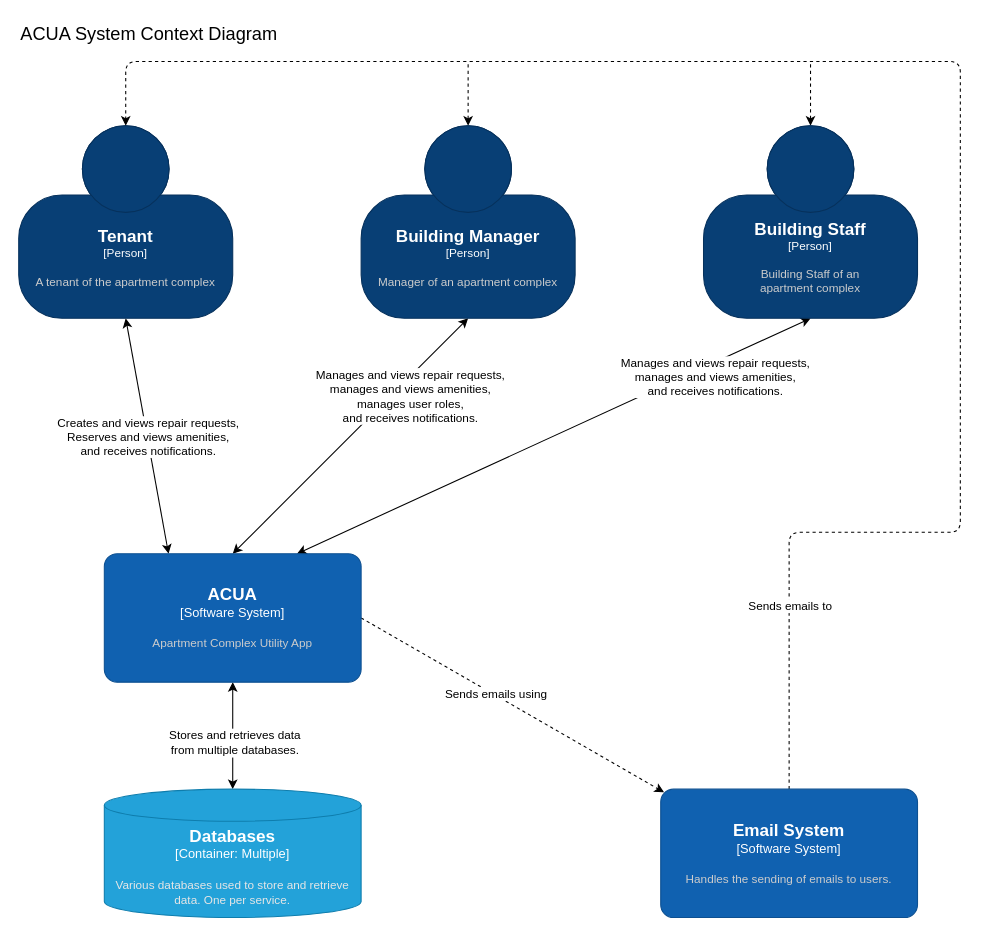
Before: docs/media/c4/c1-context.drawio in MPFGlaser/ApartmentComplexUtilityApp, a draw.io diagram. Source tidied: cells renumbered, new cells numbered last; positions are measured from the earlier drawing's top-left corner, leaving out a move shared by most shapes. Both pictures are drawn from the tidied source at 107%, with x=0, y=0 at pixel (18, 18).
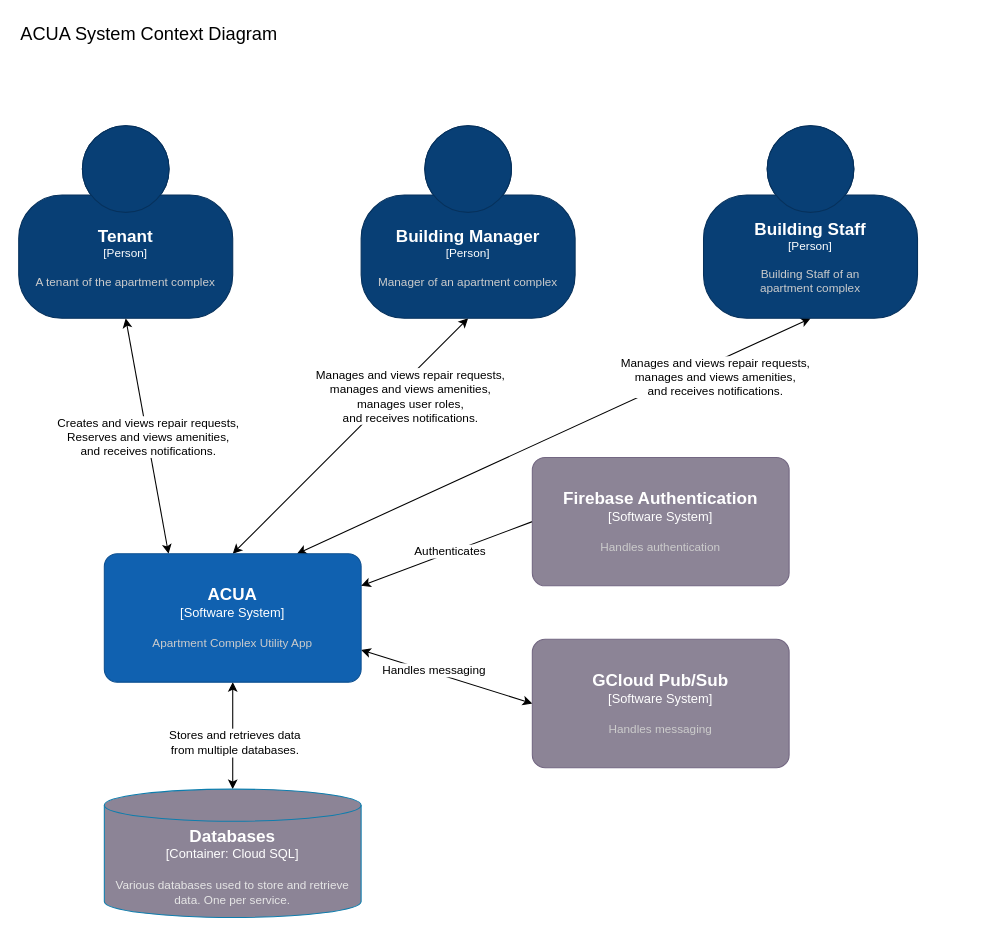
The same diagram, later.

Unchanged cells that the change refers to:
```xml
<object id="4" label="&lt;font style=&quot;font-size: 16px&quot;&gt;&lt;b&gt;%c4Name%&lt;/b&gt;&lt;/font&gt;&lt;div&gt;[%c4Type%]&lt;/div&gt;&lt;br&gt;&lt;div&gt;&lt;font style=&quot;font-size: 11px&quot;&gt;&lt;font color=&quot;#cccccc&quot;&gt;%c4Description%&lt;/font&gt;&lt;/div&gt;" c4Description="A tenant of the apartment complex" c4Name="Tenant" c4Type="Person" placeholders="1">
  <mxCell style="html=1;fontSize=11;dashed=0;whiteSpace=wrap;fillColor=#083F75;strokeColor=#06315C;fontColor=#ffffff;shape=mxgraph.c4.person2;align=center;points=[[0.5,0,0],[1,0.5,0],[1,0.75,0],[0.75,1,0],[0.5,1,0],[0.25,1,0],[0,0.75,0],[0,0.5,0]];" parent="1" vertex="1">
    <mxGeometry y="100" width="200" height="180" as="geometry" />
  </mxCell>
</object>
<object id="8" label="&lt;font style=&quot;font-size: 16px&quot;&gt;&lt;b&gt;%c4Name%&lt;/b&gt;&lt;/font&gt;&lt;div&gt;[%c4Type%]&lt;/div&gt;&lt;br&gt;&lt;div&gt;&lt;font style=&quot;font-size: 11px&quot;&gt;&lt;font color=&quot;#cccccc&quot;&gt;%c4Description%&lt;/font&gt;&lt;/div&gt;" c4Description="Manager of an apartment complex" c4Name="Building Manager" c4Type="Person" placeholders="1">
  <mxCell style="html=1;fontSize=11;dashed=0;whiteSpace=wrap;fillColor=#083F75;strokeColor=#06315C;fontColor=#ffffff;shape=mxgraph.c4.person2;align=center;points=[[0.5,0,0],[1,0.5,0],[1,0.75,0],[0.75,1,0],[0.5,1,0],[0.25,1,0],[0,0.75,0],[0,0.5,0]];" parent="1" vertex="1">
    <mxGeometry x="320" y="100" width="200" height="180" as="geometry" />
  </mxCell>
</object>
<object id="12" label="&lt;font style=&quot;font-size: 16px&quot;&gt;&lt;b&gt;%c4Name%&lt;/b&gt;&lt;/font&gt;&lt;div&gt;[%c4Type%]&lt;/div&gt;&lt;br&gt;&lt;div&gt;&lt;font style=&quot;font-size: 11px&quot;&gt;&lt;font color=&quot;#cccccc&quot;&gt;%c4Description%&lt;/font&gt;&lt;/div&gt;" c4Description="Building Staff of an &#10;apartment complex" c4Name="Building Staff" c4Type="Person" placeholders="1">
  <mxCell style="html=1;fontSize=11;dashed=0;whiteSpace=wrap;fillColor=#083F75;strokeColor=#06315C;fontColor=#ffffff;shape=mxgraph.c4.person2;align=center;points=[[0.5,0,0],[1,0.5,0],[1,0.75,0],[0.75,1,0],[0.5,1,0],[0.25,1,0],[0,0.75,0],[0,0.5,0]];" parent="1" vertex="1">
    <mxGeometry x="640" y="100" width="200" height="180" as="geometry" />
  </mxCell>
</object>
<object id="17" label="&lt;font style=&quot;font-size: 16px&quot;&gt;&lt;b&gt;%c4Name%&lt;/b&gt;&lt;/font&gt;&lt;div&gt;[%c4Type%]&lt;/div&gt;&lt;br&gt;&lt;div&gt;&lt;font style=&quot;font-size: 11px&quot;&gt;&lt;font color=&quot;#cccccc&quot;&gt;%c4Description%&lt;/font&gt;&lt;/div&gt;" c4Description="Apartment Complex Utility App" c4Name="ACUA" c4Type="Software System" placeholders="1">
  <mxCell style="rounded=1;whiteSpace=wrap;html=1;labelBackgroundColor=none;fillColor=#1061B0;fontColor=#ffffff;align=center;arcSize=10;strokeColor=#0D5091;points=[[0.25,0,0],[0.5,0,0],[0.75,0,0],[1,0.25,0],[1,0.5,0],[1,0.75,0],[0.75,1,0],[0.5,1,0],[0.25,1,0],[0,0.75,0],[0,0.5,0],[0,0.25,0]];" parent="1" vertex="1">
    <mxGeometry x="80" y="500" width="240" height="120" as="geometry" />
  </mxCell>
</object>
```

Diff of the diagram source:
```diff
@@
-    <mxCell id="7" style="edgeStyle=none;html=1;exitX=0.5;exitY=0;exitDx=0;exitDy=0;exitPerimeter=0;dashed=1;startArrow=classic;startFill=1;endArrow=none;endFill=0;" parent="1" edge="1" source="8">
-      <mxGeometry relative="1" as="geometry">
-        <mxPoint x="420" y="40" as="targetPoint" />
-      </mxGeometry>
-    </mxCell>
@@
-    <mxCell id="11" style="edgeStyle=none;html=1;exitX=0.5;exitY=0;exitDx=0;exitDy=0;exitPerimeter=0;startArrow=classic;startFill=1;endArrow=none;endFill=0;dashed=1;" parent="1" edge="1" source="12">
-      <mxGeometry relative="1" as="geometry">
-        <mxPoint x="740" y="40" as="targetPoint" />
-      </mxGeometry>
-    </mxCell>
@@
-    <mxCell id="15" style="edgeStyle=none;html=1;exitX=1;exitY=0.5;exitDx=0;exitDy=0;exitPerimeter=0;entryX=0.013;entryY=0.025;entryDx=0;entryDy=0;entryPerimeter=0;startArrow=none;startFill=0;dashed=1;" parent="1" edge="1" source="17" target="21">
-      <mxGeometry relative="1" as="geometry" />
-    </mxCell>
-    <mxCell id="16" value="Sends emails using" style="edgeLabel;html=1;align=center;verticalAlign=middle;" parent="15" vertex="1">
-      <mxGeometry x="-0.12" y="2" relative="1" as="geometry" />
-    </mxCell>
+    <mxCell id="23" style="edgeStyle=none;html=1;exitX=1;exitY=0.75;exitDx=0;exitDy=0;exitPerimeter=0;entryX=0;entryY=0.5;entryDx=0;entryDy=0;entryPerimeter=0;startArrow=classic;startFill=1;" parent="1" edge="1" source="17" target="27">
+      <mxGeometry relative="1" as="geometry" />
+    </mxCell>
+    <mxCell id="24" value="Handles messaging" style="edgeLabel;html=1;align=center;verticalAlign=middle;" parent="23" vertex="1">
+      <mxGeometry x="-0.16" y="3" relative="1" as="geometry" />
+    </mxCell>
@@
-    <object id="18" label="&lt;font style=&quot;font-size: 16px&quot;&gt;&lt;b&gt;%c4Type%&lt;/b&gt;&lt;/font&gt;&lt;div&gt;[%c4Container%:&amp;nbsp;%c4Technology%]&lt;/div&gt;&lt;br&gt;&lt;div&gt;&lt;font style=&quot;font-size: 11px&quot;&gt;&lt;font color=&quot;#E6E6E6&quot;&gt;%c4Description%&lt;/font&gt;&lt;/div&gt;" c4Container="Container" c4Description="Various databases used to store and retrieve data. One per service." c4Technology="Multiple" c4Type="Databases" placeholders="1">
-      <mxCell style="shape=cylinder3;size=15;whiteSpace=wrap;html=1;boundedLbl=1;rounded=0;labelBackgroundColor=none;fillColor=#23A2D9;fontSize=12;fontColor=#ffffff;align=center;strokeColor=#0E7DAD;points=[[0.5,0,0],[1,0.25,0],[1,0.5,0],[1,0.75,0],[0.5,1,0],[0,0.75,0],[0,0.5,0],[0,0.25,0]];" parent="1" vertex="1">
+    <object id="18" label="&lt;font style=&quot;font-size: 16px&quot;&gt;&lt;b&gt;%c4Type%&lt;/b&gt;&lt;/font&gt;&lt;div&gt;[%c4Container%:&amp;nbsp;%c4Technology%]&lt;/div&gt;&lt;br&gt;&lt;div&gt;&lt;font style=&quot;font-size: 11px&quot;&gt;&lt;font color=&quot;#E6E6E6&quot;&gt;%c4Description%&lt;/font&gt;&lt;/div&gt;" c4Container="Container" c4Description="Various databases used to store and retrieve data. One per service." c4Technology="Cloud SQL" c4Type="Databases" placeholders="1">
+      <mxCell style="shape=cylinder3;size=15;whiteSpace=wrap;html=1;boundedLbl=1;rounded=0;labelBackgroundColor=none;fillColor=#8C8496;fontSize=12;fontColor=#ffffff;align=center;strokeColor=#0E7DAD;points=[[0.5,0,0],[1,0.25,0],[1,0.5,0],[1,0.75,0],[0.5,1,0],[0,0.75,0],[0,0.5,0],[0,0.25,0]];" parent="1" vertex="1">
         <mxGeometry x="80" y="720" width="240" height="120" as="geometry" />
       </mxCell>
     </object>
-    <mxCell id="19" style="edgeStyle=none;html=1;exitX=0.5;exitY=0;exitDx=0;exitDy=0;exitPerimeter=0;entryX=0.5;entryY=0;entryDx=0;entryDy=0;entryPerimeter=0;dashed=1;" parent="1" edge="1" source="21" target="4">
-      <mxGeometry relative="1" as="geometry">
-        <Array as="points">
-          <mxPoint x="720" y="480" />
-          <mxPoint x="880" y="480" />
-          <mxPoint x="880" y="40" />
-          <mxPoint x="100" y="40" />
-        </Array>
-      </mxGeometry>
-    </mxCell>
-    <mxCell id="20" value="Sends emails to" style="edgeLabel;html=1;align=center;verticalAlign=middle;" parent="19" vertex="1">
-      <mxGeometry x="-0.04" y="1" relative="1" as="geometry">
-        <mxPoint x="-159" y="474" as="offset" />
-      </mxGeometry>
-    </mxCell>
-    <object id="21" label="&lt;font style=&quot;font-size: 16px&quot;&gt;&lt;b&gt;%c4Name%&lt;/b&gt;&lt;/font&gt;&lt;div&gt;[%c4Type%]&lt;/div&gt;&lt;br&gt;&lt;div&gt;&lt;font style=&quot;font-size: 11px&quot;&gt;&lt;font color=&quot;#cccccc&quot;&gt;%c4Description%&lt;/font&gt;&lt;/div&gt;" c4Description="Handles the sending of emails to users." c4Name="Email System" c4Type="Software System" placeholders="1">
-      <mxCell style="rounded=1;whiteSpace=wrap;html=1;labelBackgroundColor=none;fillColor=#1061B0;fontColor=#ffffff;align=center;arcSize=10;strokeColor=#0D5091;points=[[0.25,0,0],[0.5,0,0],[0.75,0,0],[1,0.25,0],[1,0.5,0],[1,0.75,0],[0.75,1,0],[0.5,1,0],[0.25,1,0],[0,0.75,0],[0,0.5,0],[0,0.25,0]];" parent="1" vertex="1">
-        <mxGeometry x="600" y="720" width="240" height="120" as="geometry" />
-      </mxCell>
-    </object>
@@
+    <mxCell id="25" style="edgeStyle=none;html=1;exitX=0;exitY=0.5;exitDx=0;exitDy=0;exitPerimeter=0;entryX=1;entryY=0.25;entryDx=0;entryDy=0;entryPerimeter=0;startArrow=none;startFill=0;" parent="1" edge="1" source="7" target="17">
+      <mxGeometry relative="1" as="geometry" />
+    </mxCell>
+    <mxCell id="26" value="Authenticates" style="edgeLabel;html=1;align=center;verticalAlign=middle;" parent="25" vertex="1">
+      <mxGeometry x="-0.04" y="-1" relative="1" as="geometry" />
+    </mxCell>
+    <object id="7" label="&lt;font style=&quot;font-size: 16px&quot;&gt;&lt;b&gt;%c4Name%&lt;/b&gt;&lt;/font&gt;&lt;div&gt;[%c4Type%]&lt;/div&gt;&lt;br&gt;&lt;div&gt;&lt;font style=&quot;font-size: 11px&quot;&gt;&lt;font color=&quot;#cccccc&quot;&gt;%c4Description%&lt;/font&gt;&lt;/div&gt;" c4Description="Handles authentication" c4Name="Firebase Authentication" c4Type="Software System" placeholders="1">
+      <mxCell style="rounded=1;whiteSpace=wrap;html=1;labelBackgroundColor=none;fillColor=#8C8496;fontColor=#ffffff;align=center;arcSize=10;strokeColor=#736782;points=[[0.25,0,0],[0.5,0,0],[0.75,0,0],[1,0.25,0],[1,0.5,0],[1,0.75,0],[0.75,1,0],[0.5,1,0],[0.25,1,0],[0,0.75,0],[0,0.5,0],[0,0.25,0]];" parent="1" vertex="1">
+        <mxGeometry x="480" y="410" width="240" height="120" as="geometry" />
+      </mxCell>
+    </object>
+    <object id="27" label="&lt;font style=&quot;font-size: 16px&quot;&gt;&lt;b&gt;%c4Name%&lt;/b&gt;&lt;/font&gt;&lt;div&gt;[%c4Type%]&lt;/div&gt;&lt;br&gt;&lt;div&gt;&lt;font style=&quot;font-size: 11px&quot;&gt;&lt;font color=&quot;#cccccc&quot;&gt;%c4Description%&lt;/font&gt;&lt;/div&gt;" c4Description="Handles messaging" c4Name="GCloud Pub/Sub" c4Type="Software System" placeholders="1">
+      <mxCell style="rounded=1;whiteSpace=wrap;html=1;labelBackgroundColor=none;fillColor=#8C8496;fontColor=#ffffff;align=center;arcSize=10;strokeColor=#736782;points=[[0.25,0,0],[0.5,0,0],[0.75,0,0],[1,0.25,0],[1,0.5,0],[1,0.75,0],[0.75,1,0],[0.5,1,0],[0.25,1,0],[0,0.75,0],[0,0.5,0],[0,0.25,0]];" parent="1" vertex="1">
+        <mxGeometry x="480" y="580" width="240" height="120" as="geometry" />
+      </mxCell>
+    </object>
```
